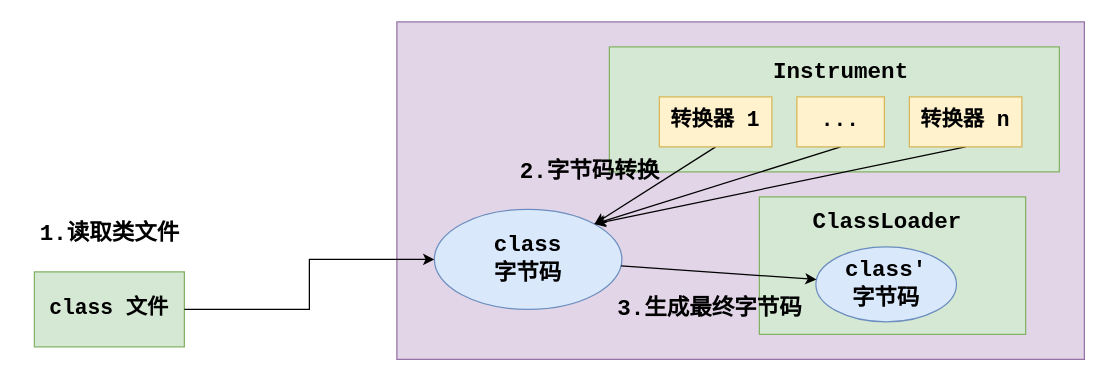
The draw.io diagram spring.drawio in Ocsio/draw-io, before the edit. Source tidied: cells renumbered, new cells numbered last; positions are measured from the earlier drawing's top-left corner, leaving out a move shared by most shapes. Both pictures are drawn from the tidied source at 125%, with x=0, y=0 at pixel (21, 21).
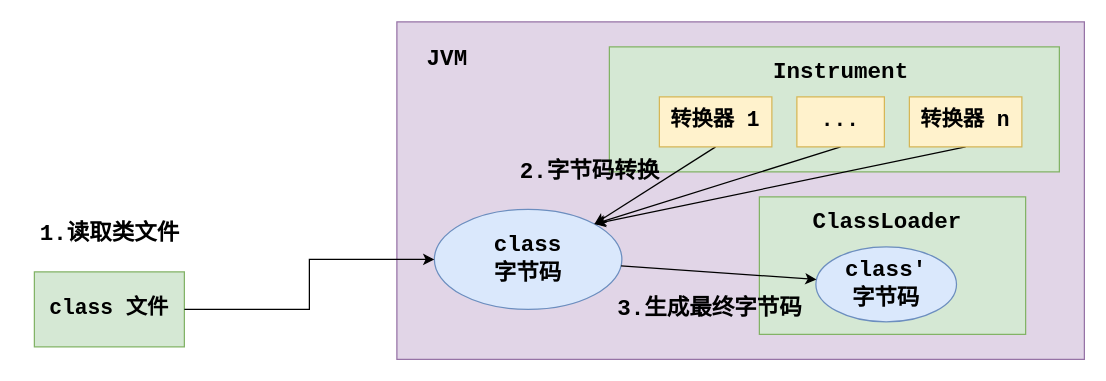
The same diagram, later.

What changed in the source:
```diff
@@
+    <mxCell id="21" value="&lt;b&gt;&lt;font style=&quot;font-size: 18px;&quot; face=&quot;Courier New&quot;&gt;JVM&lt;/font&gt;&lt;/b&gt;" style="text;html=1;align=center;verticalAlign=middle;strokeColor=none;fillColor=none;" parent="1" vertex="1">
+      <mxGeometry x="310" y="10" width="60" height="40" as="geometry" />
+    </mxCell>
```
